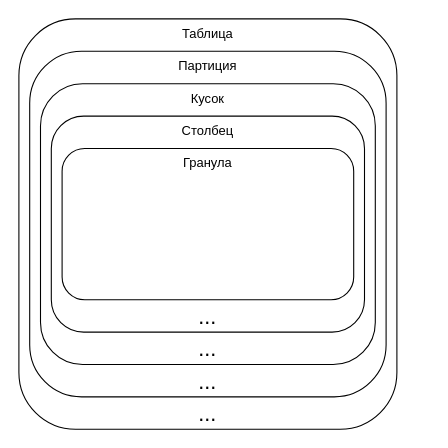
Above: Диаграмма без названия.drawio in ant0nk/common (draw.io), before the change. Source tidied: cells renumbered, new cells numbered last; positions are measured from the earlier drawing's top-left corner, leaving out a move shared by most shapes. Both pictures are drawn from the tidied source at 108%, with x=0, y=0 at pixel (18, 18).
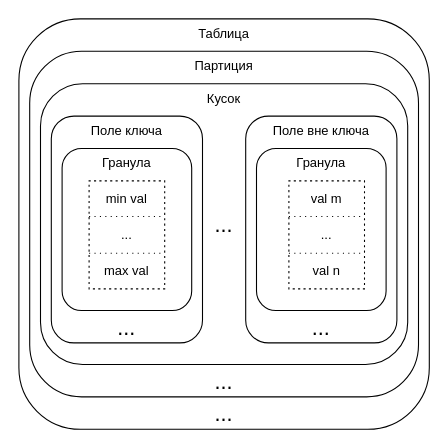
After the change.

Diff of the diagram source:
```diff
@@
     <mxCell id="2" value="Таблица" style="rounded=1;whiteSpace=wrap;html=1;horizontal=1;verticalAlign=top;" parent="1" vertex="1">
-      <mxGeometry width="350" height="380" as="geometry" />
+      <mxGeometry width="380" height="380" as="geometry" />
     </mxCell>
     <mxCell id="3" value="Партиция" style="rounded=1;whiteSpace=wrap;html=1;horizontal=1;verticalAlign=top;" parent="1" vertex="1">
-      <mxGeometry x="10" y="30" width="330" height="320" as="geometry" />
+      <mxGeometry x="10" y="30" width="360" height="320" as="geometry" />
     </mxCell>
     <mxCell id="4" value="Кусок" style="rounded=1;whiteSpace=wrap;html=1;horizontal=1;verticalAlign=top;" parent="1" vertex="1">
-      <mxGeometry x="20" y="60" width="310" height="260" as="geometry" />
+      <mxGeometry x="20" y="60" width="340" height="260" as="geometry" />
     </mxCell>
-    <mxCell id="5" value="Столбец" style="rounded=1;whiteSpace=wrap;html=1;horizontal=1;verticalAlign=top;" parent="1" vertex="1">
-      <mxGeometry x="30" y="90" width="290" height="200" as="geometry" />
+    <mxCell id="5" value="Поле ключа" style="rounded=1;whiteSpace=wrap;html=1;horizontal=1;verticalAlign=top;" parent="1" vertex="1">
+      <mxGeometry x="30" y="90" width="140" height="210" as="geometry" />
     </mxCell>
     <mxCell id="6" value="Гранула" style="rounded=1;whiteSpace=wrap;html=1;horizontal=1;verticalAlign=top;" parent="1" vertex="1">
-      <mxGeometry x="40" y="120" width="270" height="140" as="geometry" />
+      <mxGeometry x="40" y="120" width="120" height="150" as="geometry" />
     </mxCell>
     <mxCell id="7" value="..." style="text;html=1;align=center;verticalAlign=middle;whiteSpace=wrap;rounded=0;fontSize=20;" parent="1" vertex="1">
-      <mxGeometry x="145" y="350" width="60" height="30" as="geometry" />
+      <mxGeometry x="160" y="350" width="60" height="30" as="geometry" />
     </mxCell>
     <mxCell id="8" value="..." style="text;html=1;align=center;verticalAlign=middle;whiteSpace=wrap;rounded=0;fontSize=20;" parent="1" vertex="1">
-      <mxGeometry x="145" y="320" width="60" height="30" as="geometry" />
+      <mxGeometry x="160" y="320" width="60" height="30" as="geometry" />
     </mxCell>
     <mxCell id="9" value="..." style="text;html=1;align=center;verticalAlign=middle;whiteSpace=wrap;rounded=0;fontSize=20;" parent="1" vertex="1">
-      <mxGeometry x="145" y="290" width="60" height="30" as="geometry" />
+      <mxGeometry x="160" y="175" width="60" height="30" as="geometry" />
     </mxCell>
     <mxCell id="10" value="..." style="text;html=1;align=center;verticalAlign=middle;whiteSpace=wrap;rounded=0;fontSize=20;" parent="1" vertex="1">
-      <mxGeometry x="145" y="260" width="60" height="30" as="geometry" />
+      <mxGeometry x="70" y="270" width="60" height="30" as="geometry" />
     </mxCell>
+    <mxCell id="11" value="Поле вне ключа" style="rounded=1;whiteSpace=wrap;html=1;horizontal=1;verticalAlign=top;" parent="1" vertex="1">
+      <mxGeometry x="210" y="90" width="140" height="210" as="geometry" />
+    </mxCell>
+    <mxCell id="12" value="Гранула" style="rounded=1;whiteSpace=wrap;html=1;horizontal=1;verticalAlign=top;" parent="1" vertex="1">
+      <mxGeometry x="220" y="120" width="120" height="150" as="geometry" />
+    </mxCell>
+    <mxCell id="13" value="..." style="text;html=1;align=center;verticalAlign=middle;whiteSpace=wrap;rounded=0;fontSize=20;" parent="1" vertex="1">
+      <mxGeometry x="250" y="270" width="60" height="30" as="geometry" />
+    </mxCell>
+    <mxCell id="14" style="shape=table;startSize=0;childLayout=tableLayout;dashed=1;dashPattern=1 4;" parent="1" vertex="1">
+      <mxGeometry x="65" y="150" width="70" height="100" as="geometry" />
+    </mxCell>
+    <mxCell id="15" style="shape=tableRow;horizontal=0;startSize=0;swimlaneHead=0;swimlaneBody=0;strokeColor=inherit;top=0;left=0;bottom=0;right=0;fillColor=none;" parent="14" vertex="1">
+      <mxGeometry width="70" height="33" as="geometry" />
+    </mxCell>
+    <mxCell id="16" value="min val" style="shape=partialRectangle;html=1;whiteSpace=wrap;strokeColor=inherit;overflow=hidden;fillColor=none;top=0;left=0;bottom=0;right=0;" parent="15" vertex="1">
+      <mxGeometry width="70" height="33" as="geometry" />
+    </mxCell>
+    <mxCell id="17" style="shape=tableRow;horizontal=0;startSize=0;swimlaneHead=0;swimlaneBody=0;strokeColor=inherit;top=0;left=0;bottom=0;right=0;fillColor=none;" parent="14" vertex="1">
+      <mxGeometry y="33" width="70" height="34" as="geometry" />
+    </mxCell>
+    <mxCell id="18" value="..." style="shape=partialRectangle;html=1;whiteSpace=wrap;strokeColor=inherit;overflow=hidden;fillColor=none;top=0;left=0;bottom=0;right=0;" parent="17" vertex="1">
+      <mxGeometry width="70" height="34" as="geometry" />
+    </mxCell>
+    <mxCell id="19" style="shape=tableRow;horizontal=0;startSize=0;swimlaneHead=0;swimlaneBody=0;strokeColor=inherit;top=0;left=0;bottom=0;right=0;fillColor=none;" parent="14" vertex="1">
+      <mxGeometry y="67" width="70" height="33" as="geometry" />
+    </mxCell>
+    <mxCell id="20" value="max val" style="shape=partialRectangle;html=1;whiteSpace=wrap;strokeColor=inherit;overflow=hidden;fillColor=none;top=0;left=0;bottom=0;right=0;" parent="19" vertex="1">
+      <mxGeometry width="70" height="33" as="geometry" />
+    </mxCell>
+    <mxCell id="21" style="shape=table;startSize=0;childLayout=tableLayout;dashed=1;dashPattern=1 4;" parent="1" vertex="1">
+      <mxGeometry x="250" y="150" width="70" height="100" as="geometry" />
+    </mxCell>
+    <mxCell id="22" style="shape=tableRow;horizontal=0;startSize=0;swimlaneHead=0;swimlaneBody=0;strokeColor=inherit;top=0;left=0;bottom=0;right=0;fillColor=none;" parent="21" vertex="1">
+      <mxGeometry width="70" height="33" as="geometry" />
+    </mxCell>
+    <mxCell id="23" value="val m" style="shape=partialRectangle;html=1;whiteSpace=wrap;strokeColor=inherit;overflow=hidden;fillColor=none;top=0;left=0;bottom=0;right=0;" parent="22" vertex="1">
+      <mxGeometry width="70" height="33" as="geometry" />
+    </mxCell>
+    <mxCell id="24" style="shape=tableRow;horizontal=0;startSize=0;swimlaneHead=0;swimlaneBody=0;strokeColor=inherit;top=0;left=0;bottom=0;right=0;fillColor=none;" parent="21" vertex="1">
+      <mxGeometry y="33" width="70" height="34" as="geometry" />
+    </mxCell>
+    <mxCell id="25" value="..." style="shape=partialRectangle;html=1;whiteSpace=wrap;strokeColor=inherit;overflow=hidden;fillColor=none;top=0;left=0;bottom=0;right=0;" parent="24" vertex="1">
+      <mxGeometry width="70" height="34" as="geometry" />
+    </mxCell>
+    <mxCell id="26" style="shape=tableRow;horizontal=0;startSize=0;swimlaneHead=0;swimlaneBody=0;strokeColor=inherit;top=0;left=0;bottom=0;right=0;fillColor=none;" parent="21" vertex="1">
+      <mxGeometry y="67" width="70" height="33" as="geometry" />
+    </mxCell>
+    <mxCell id="27" value="val n" style="shape=partialRectangle;html=1;whiteSpace=wrap;strokeColor=inherit;overflow=hidden;fillColor=none;top=0;left=0;bottom=0;right=0;" parent="26" vertex="1">
+      <mxGeometry width="70" height="33" as="geometry" />
+    </mxCell>
```
